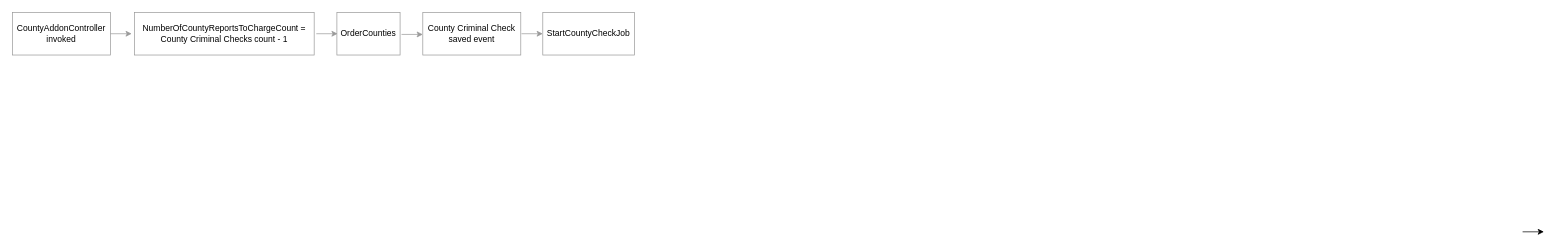
Above: Admin county addon with charge.drawio in gregorygonzalez87/diagrams (draw.io), before the change. Source tidied: cells renumbered, new cells numbered last; positions are measured from the earlier drawing's top-left corner, leaving out a move shared by most shapes. Both pictures are drawn from the tidied source at 71%, with x=0, y=0 at pixel (12, 12).
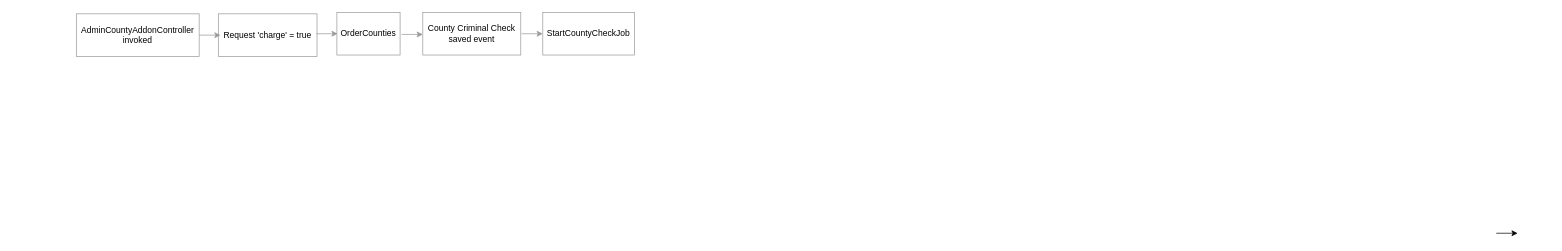
The same page after the edit.

What changed in the source:
```diff
@@
 <mxGraphModel>
   <root>
     <mxCell id="0" />
     <mxCell id="1" parent="0" />
-    <mxCell id="2" value="NumberOfCountyReportsToChargeCount = County Criminal Checks count - 1" style="rounded=0;whiteSpace=wrap;html=1;strokeColor=#999999;fillColor=#FFFFFF;labelBackgroundColor=none;" parent="1" vertex="1">
-      <mxGeometry x="172" width="253" height="60" as="geometry" />
+    <mxCell id="2" value="Request 'charge' = true" style="rounded=0;whiteSpace=wrap;html=1;strokeColor=#999999;fillColor=#FFFFFF;labelBackgroundColor=none;" parent="1" vertex="1">
+      <mxGeometry x="290" y="2" width="139" height="60" as="geometry" />
     </mxCell>
     <mxCell id="3" style="endArrow=classic;html=1;rounded=0;strokeColor=#999999;fillColor=#FFFFFF;labelBackgroundColor=none;" parent="1" edge="1">
       <mxGeometry relative="1" as="geometry">
         <mxPoint x="548" y="31" as="sourcePoint" />
         <mxPoint x="578" y="31" as="targetPoint" />
       </mxGeometry>
     </mxCell>
     <mxCell id="4" value="OrderCounties" style="rounded=0;whiteSpace=wrap;html=1;strokeColor=#999999;fillColor=#FFFFFF;labelBackgroundColor=none;" parent="1" vertex="1">
       <mxGeometry x="457" width="89" height="60" as="geometry" />
     </mxCell>
     <mxCell id="5" style="endArrow=classic;html=1;rounded=0;" parent="1" edge="1">
       <mxGeometry relative="1" as="geometry">
-        <mxPoint x="2127" y="309" as="sourcePoint" />
-        <mxPoint x="2157" y="309" as="targetPoint" />
+        <mxPoint x="2090" y="311" as="sourcePoint" />
+        <mxPoint x="2120" y="311" as="targetPoint" />
       </mxGeometry>
     </mxCell>
-    <mxCell id="6" value="CountyAddonController invoked" style="rounded=0;whiteSpace=wrap;html=1;strokeColor=#999999;fillColor=#FFFFFF;labelBackgroundColor=none;" parent="1" vertex="1">
-      <mxGeometry width="138" height="60" as="geometry" />
+    <mxCell id="6" value="AdminCountyAddonController invoked" style="rounded=0;whiteSpace=wrap;html=1;strokeColor=#999999;fillColor=#FFFFFF;labelBackgroundColor=none;" parent="1" vertex="1">
+      <mxGeometry x="90" y="2" width="173" height="60" as="geometry" />
     </mxCell>
     <mxCell id="7" style="endArrow=classic;html=1;rounded=0;strokeColor=#999999;fillColor=#FFFFFF;labelBackgroundColor=none;" parent="1" edge="1">
       <mxGeometry relative="1" as="geometry">
-        <mxPoint x="138" y="30" as="sourcePoint" />
-        <mxPoint x="168" y="30" as="targetPoint" />
+        <mxPoint x="263" y="32" as="sourcePoint" />
+        <mxPoint x="293" y="32" as="targetPoint" />
       </mxGeometry>
     </mxCell>
     <mxCell id="8" value="StartCountyCheckJob" style="rounded=0;whiteSpace=wrap;html=1;strokeColor=#999999;fillColor=#FFFFFF;labelBackgroundColor=none;" parent="1" vertex="1">
       <mxGeometry x="747" width="129" height="60" as="geometry" />
     </mxCell>
     <mxCell id="9" style="endArrow=classic;html=1;rounded=0;strokeColor=#999999;fillColor=#FFFFFF;labelBackgroundColor=none;" parent="1" edge="1">
       <mxGeometry relative="1" as="geometry">
         <mxPoint x="717" y="30" as="sourcePoint" />
         <mxPoint x="747" y="30" as="targetPoint" />
       </mxGeometry>
     </mxCell>
     <mxCell id="10" style="endArrow=classic;html=1;rounded=0;strokeColor=#999999;fillColor=#FFFFFF;labelBackgroundColor=none;" parent="1" edge="1">
       <mxGeometry relative="1" as="geometry">
         <mxPoint x="428" y="30" as="sourcePoint" />
         <mxPoint x="458" y="30" as="targetPoint" />
       </mxGeometry>
     </mxCell>
     <mxCell id="11" value="County Criminal Check saved event" style="rounded=0;whiteSpace=wrap;html=1;strokeColor=#999999;fillColor=#FFFFFF;labelBackgroundColor=none;" parent="1" vertex="1">
       <mxGeometry x="578" width="138" height="60" as="geometry" />
     </mxCell>
   </root>
 </mxGraphModel>
```
